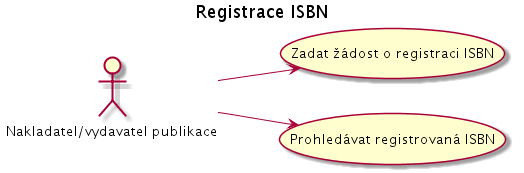
Earlier version of the PlantUML export docs/uc02.png (edeposit/edeposit.policy).
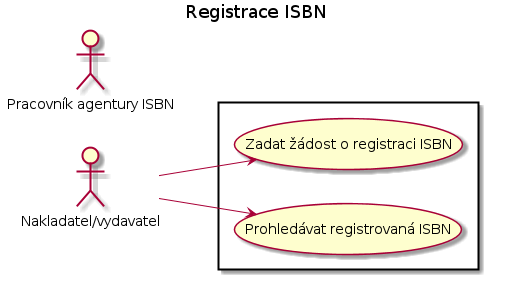
Above is the later version.

What changed in the source:
```diff
@@ -1,6 +1,12 @@
 @startuml
 left to right direction
 title Registrace ISBN
-:Nakladatel/vydavatel publikace: --> (Zadat žádost o registraci ISBN)
-:Nakladatel/vydavatel publikace: --> (Prohledávat registrovaná ISBN)
+skinparam packageStyle rect
+actor :Nakladatel/vydavatel:
+actor :Pracovník agentury ISBN:
+
+rectangle  {
+	   :Nakladatel/vydavatel: --> (Zadat ?ádost o registraci ISBN)
+	   :Nakladatel/vydavatel: --> (Prohledávat registrovaná ISBN)
+}
 @enduml
```
